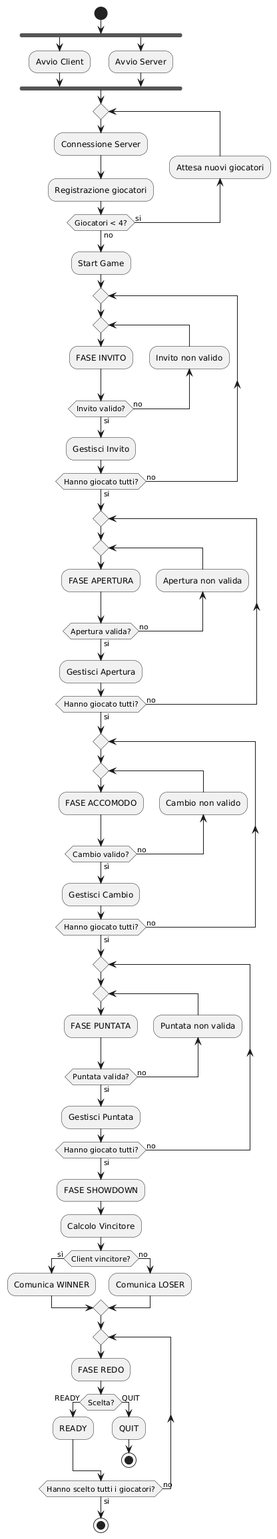
alecardi98/JustPoker keeps this PlantUML diagram as docs/UMLdiagrams/Activity/Activity_1.0.png. Above is the earlier version. Its diagram source:
```plantuml
@startuml
start
fork
:Avvio Client;
fork again
:Avvio Server;
endfork

repeat
:Connessione Server;
:Registrazione giocatori;

  backward :Attesa nuovi giocatori;
  repeat while (Giocatori < 4?) is (si) not (no)


:Start Game;

repeat
  repeat
  :FASE INVITO;
  backward :Invito non valido;
   repeat while(Invito valido?) is (no) not (si)
   :Gestisci Invito;
repeat while (Hanno giocato tutti?) is (no) not (si)

repeat
  repeat
  :FASE APERTURA;
  backward :Apertura non valida;
  repeat while(Apertura valida?) is (no) not (si)
    :Gestisci Apertura;
repeat while (Hanno giocato tutti?) is (no) not(si)

repeat
  repeat
  :FASE ACCOMODO;
  backward :Cambio non valido;
  repeat while(Cambio valido?) is (no) not (sì)
    :Gestisci Cambio;

repeat while (Hanno giocato tutti?) is (no) not(si)
repeat
  repeat
  :FASE PUNTATA;
  backward :Puntata non valida;
  repeat while(Puntata valida?) is (no) not(si)
    :Gestisci Puntata;
repeat while (Hanno giocato tutti?) is (no) not(si)

:FASE SHOWDOWN;
:Calcolo Vincitore;

if (Client vincitore?) then (sì)
  :Comunica WINNER;
else (no)
  :Comunica LOSER;
endif

repeat
:FASE REDO;
  if (Scelta?) then (READY)
    :READY;
  else (QUIT)
    :QUIT;
    stop
  endif
repeat while (Hanno scelto tutti i giocatori?) is (no) not (si)


stop
@enduml
```
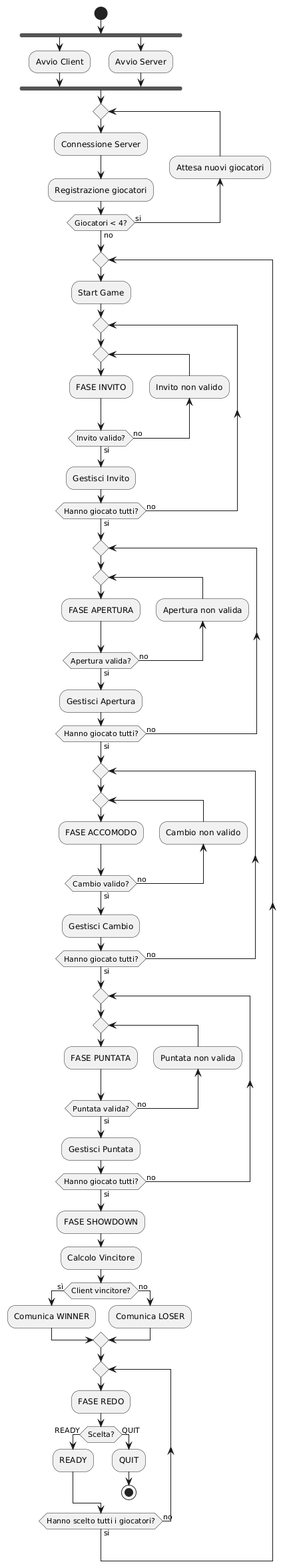
Later version of the same file.

The edit, as a diff of the source:
```diff
@@ -13,7 +13,7 @@
   backward :Attesa nuovi giocatori;
   repeat while (Giocatori < 4?) is (si) not (no)
 
-
+repeat
 :Start Game;
 
 repeat
@@ -66,7 +66,4 @@
     stop
   endif
 repeat while (Hanno scelto tutti i giocatori?) is (no) not (si)
-
-
-stop
 @enduml
```
